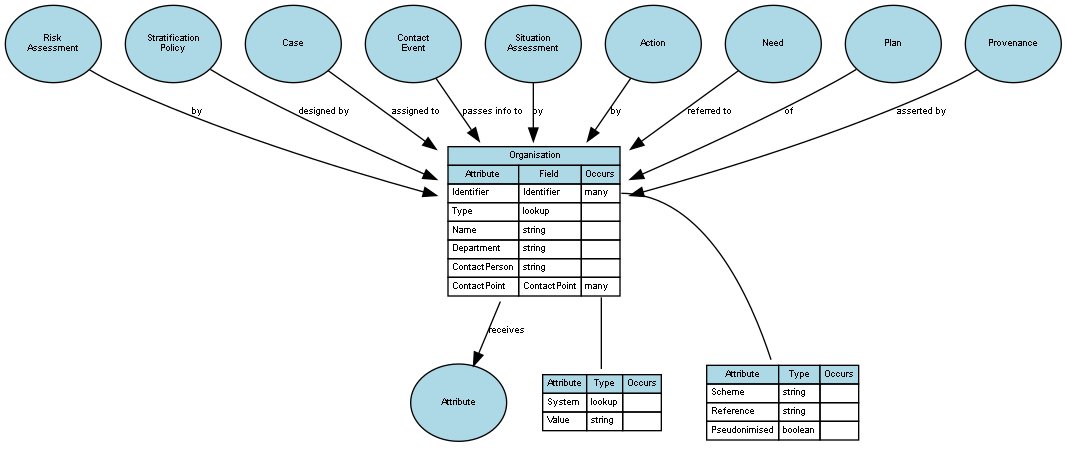
Earlier version of the Graphviz export graph_output/entity/Organisation.gv.png (PaulDav/ModelVisual). Its source is kept beside it as graph_output/entity/Organisation.gv.
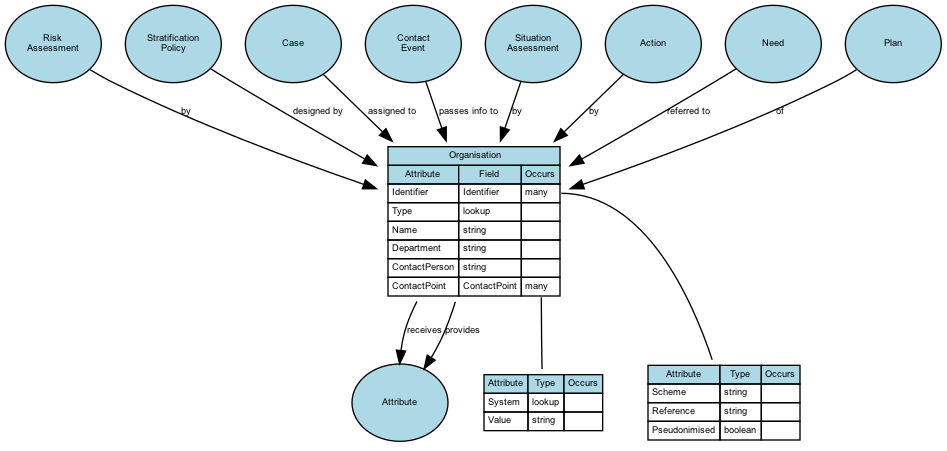
After the change.

The edit, as a diff of the source:
```diff
@@ -2,11 +2,11 @@
 	graph [overlap=false splines=true]
 	node [black=black color=black fillcolor=lightblue fontname=Arial fontsize=7]
 	edge [fontname=Arial fontsize=7 labelfontname=Arial labelfontsize=7 len=3.0]
-	table_port9 [label=<<table border='0' cellborder='1' cellspacing='0'><tr><td bgcolor='lightblue'>Attribute</td><td bgcolor='lightblue'>Type</td><td bgcolor='lightblue'>Occurs</td></tr><tr><td align='left' balign='left' valign='top'>Scheme</td><td align='left' balign='left' valign='top'>string</td><td align='left' balign='left' valign='top'></td></tr><tr><td align='left' balign='left' valign='top'>Reference</td><td align='left' balign='left' valign='top'>string</td><td align='left' balign='left' valign='top'></td></tr><tr><td align='left' balign='left' valign='top'>Pseudonimised</td><td align='left' balign='left' valign='top'>boolean</td><td align='left' balign='left' valign='top'></td></tr></table>> shape=plaintext]
-	Organisation:9 -> table_port9 [dir=none]
-	table_port10 [label=<<table border='0' cellborder='1' cellspacing='0'><tr><td bgcolor='lightblue'>Attribute</td><td bgcolor='lightblue'>Type</td><td bgcolor='lightblue'>Occurs</td></tr><tr><td align='left' balign='left' valign='top'>System</td><td align='left' balign='left' valign='top'>lookup</td><td align='left' balign='left' valign='top'></td></tr><tr><td align='left' balign='left' valign='top'>Value</td><td align='left' balign='left' valign='top'>string</td><td align='left' balign='left' valign='top'></td></tr></table>> shape=plaintext]
-	Organisation:10 -> table_port10 [dir=none]
-	Organisation [label=<<table border='0' cellborder='1' cellspacing='0'><tr><td colspan='3' bgcolor='lightblue'> Organisation</td></tr><tr><td bgcolor='lightblue'>Attribute</td><td bgcolor='lightblue'>Field</td><td bgcolor='lightblue'>Occurs</td></tr><tr><td align='left' balign='left' valign='top'>Identifier</td><td align='left' balign='left' valign='top'>Identifier</td><td align='left' balign='left' valign='top' port='9'>many</td></tr><tr><td align='left' balign='left' valign='top'>Type</td><td align='left' balign='left' valign='top'>lookup</td><td align='left' balign='left' valign='top'></td></tr><tr><td align='left' balign='left' valign='top'>Name</td><td align='left' balign='left' valign='top'>string</td><td align='left' balign='left' valign='top'></td></tr><tr><td align='left' balign='left' valign='top'>Department</td><td align='left' balign='left' valign='top'>string</td><td align='left' balign='left' valign='top'></td></tr><tr><td align='left' balign='left' valign='top'>ContactPerson</td><td align='left' balign='left' valign='top'>string</td><td align='left' balign='left' valign='top'></td></tr><tr><td align='left' balign='left' valign='top'>ContactPoint</td><td align='left' balign='left' valign='top'>ContactPoint</td><td align='left' balign='left' valign='top' port='10'>many</td></tr></table>> URL="#Organisation" shape=plaintext]
+	table_port29 [label=<<table border='0' cellborder='1' cellspacing='0'><tr><td bgcolor='lightblue'>Attribute</td><td bgcolor='lightblue'>Type</td><td bgcolor='lightblue'>Occurs</td></tr><tr><td align='left' balign='left' valign='top'>Scheme</td><td align='left' balign='left' valign='top'>string</td><td align='left' balign='left' valign='top'></td></tr><tr><td align='left' balign='left' valign='top'>Reference</td><td align='left' balign='left' valign='top'>string</td><td align='left' balign='left' valign='top'></td></tr><tr><td align='left' balign='left' valign='top'>Pseudonimised</td><td align='left' balign='left' valign='top'>boolean</td><td align='left' balign='left' valign='top'></td></tr></table>> shape=plaintext]
+	Organisation:29 -> table_port29 [dir=none]
+	table_port30 [label=<<table border='0' cellborder='1' cellspacing='0'><tr><td bgcolor='lightblue'>Attribute</td><td bgcolor='lightblue'>Type</td><td bgcolor='lightblue'>Occurs</td></tr><tr><td align='left' balign='left' valign='top'>System</td><td align='left' balign='left' valign='top'>lookup</td><td align='left' balign='left' valign='top'></td></tr><tr><td align='left' balign='left' valign='top'>Value</td><td align='left' balign='left' valign='top'>string</td><td align='left' balign='left' valign='top'></td></tr></table>> shape=plaintext]
+	Organisation:30 -> table_port30 [dir=none]
+	Organisation [label=<<table border='0' cellborder='1' cellspacing='0'><tr><td colspan='3' bgcolor='lightblue'> Organisation</td></tr><tr><td bgcolor='lightblue'>Attribute</td><td bgcolor='lightblue'>Field</td><td bgcolor='lightblue'>Occurs</td></tr><tr><td align='left' balign='left' valign='top'>Identifier</td><td align='left' balign='left' valign='top'>Identifier</td><td align='left' balign='left' valign='top' port='29'>many</td></tr><tr><td align='left' balign='left' valign='top'>Type</td><td align='left' balign='left' valign='top'>lookup</td><td align='left' balign='left' valign='top'></td></tr><tr><td align='left' balign='left' valign='top'>Name</td><td align='left' balign='left' valign='top'>string</td><td align='left' balign='left' valign='top'></td></tr><tr><td align='left' balign='left' valign='top'>Department</td><td align='left' balign='left' valign='top'>string</td><td align='left' balign='left' valign='top'></td></tr><tr><td align='left' balign='left' valign='top'>ContactPerson</td><td align='left' balign='left' valign='top'>string</td><td align='left' balign='left' valign='top'></td></tr><tr><td align='left' balign='left' valign='top'>ContactPoint</td><td align='left' balign='left' valign='top'>ContactPoint</td><td align='left' balign='left' valign='top' port='30'>many</td></tr></table>> URL="#Organisation" shape=plaintext]
 	Concept_Attribute [label=Attribute URL="#LeadOrganisation" fixedsize=true height=0.8 style=filled width=1.0]
 	Organisation -> Concept_Attribute [label=receives]
 	"ConceptOf_Risk\nAssessment" [label="Risk\nAssessment" URL="#LeadOrganisation" fixedsize=true height=0.8 style=filled width=1.0]
@@ -25,6 +25,6 @@
 	ConceptOf_Need -> Organisation [label="referred to"]
 	ConceptOf_Plan [label=Plan URL="#DeliveryOrganisation" fixedsize=true height=0.8 style=filled width=1.0]
 	ConceptOf_Plan -> Organisation [label=of]
-	ConceptOf_Provenance [label=Provenance URL="#SourceOrganisation" fixedsize=true height=0.8 style=filled width=1.0]
-	ConceptOf_Provenance -> Organisation [label="asserted by"]
+	Concept_Attribute [label=Attribute URL="#SourceOrganisation" fixedsize=true height=0.8 style=filled width=1.0]
+	Organisation -> Concept_Attribute [label=provides]
 }
```
